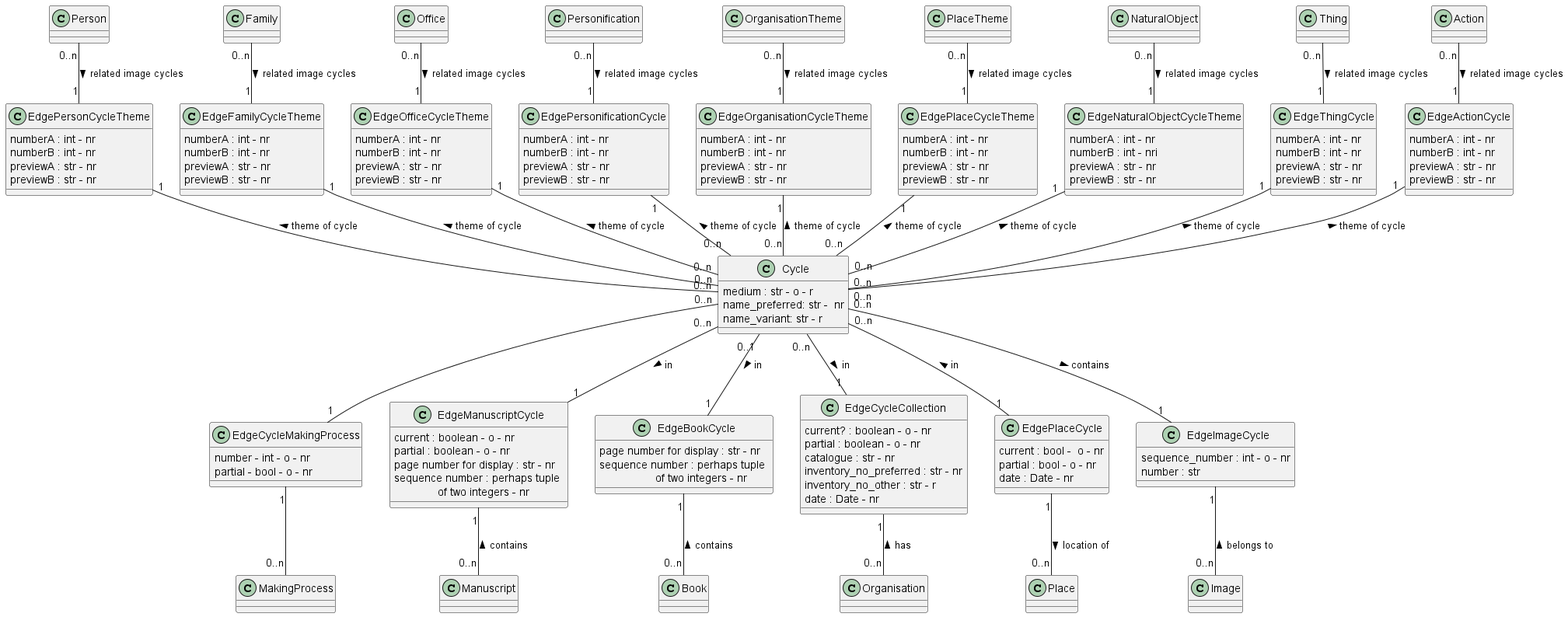
Earlier version of the PlantUML export documentation/class_diagrams/Cycle.png (tmasch/bpf_be).
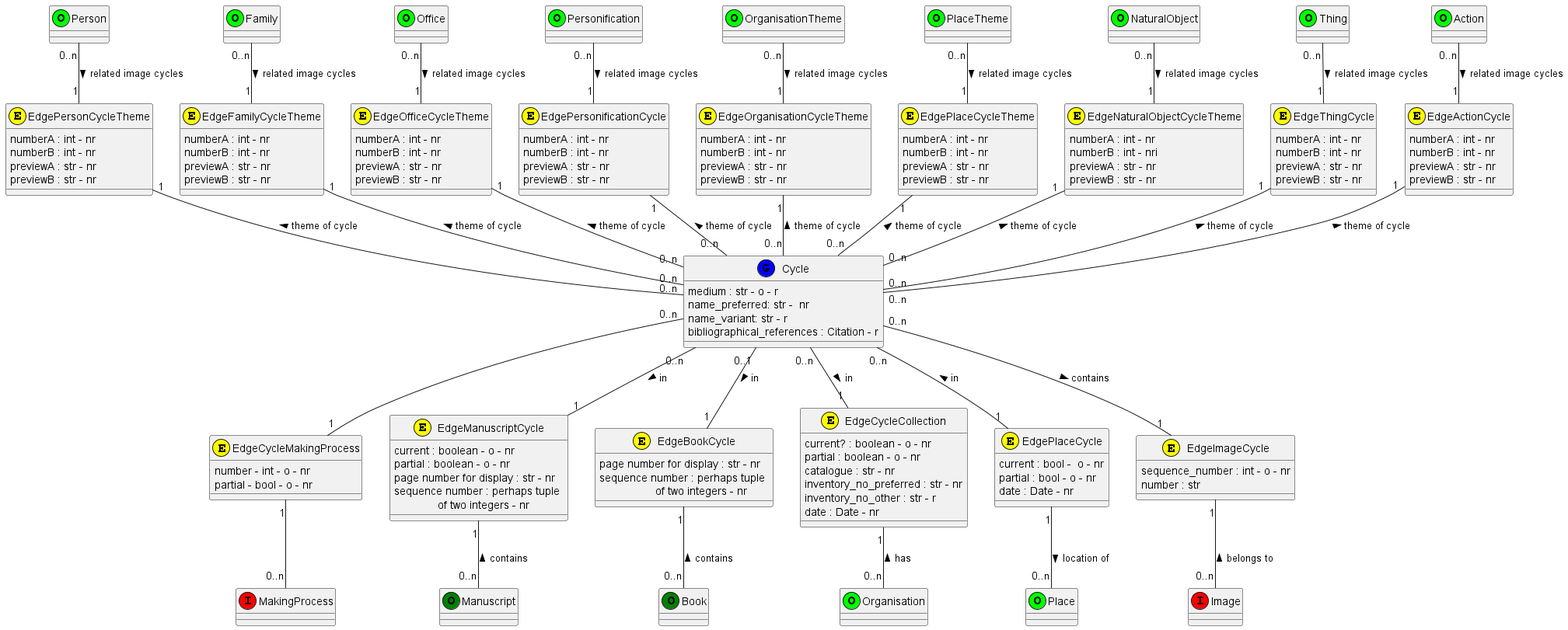
After the commit.

Change to the diagram source:
```diff
@@ -1,79 +1,91 @@
 @startuml Cycle
 
-class Cycle
+class Cycle <<(G,blue)>>
 Cycle : medium : str - o - r
 Cycle : name_preferred: str -  nr
 Cycle : name_variant: str - r
-
+Cycle : bibliographical_references : Citation - r
 class MakingProcess
 
-class Person
+class Person <<(O,lime)>>
 
-class Family
+class Family <<(O,lime)>>
 
-class Office
+class Office <<(O,lime)>>
 
-class Organisation
+class Personification <<(O,lime)>>
 
-class OrganisationTheme
+class Organisation <<(O,lime)>>
 
-class Place
+class OrganisationTheme <<(O,lime)>>
 
-class PlaceTheme
+class Place <<(O,lime)>>
 
-class NaturalObject
+class PlaceTheme <<(O,lime)>>
 
-class Image
+class NaturalObject <<(O,lime)>>
 
-class EdgePersonCycleTheme
+class Thing <<(O,lime)>>
+
+class Action <<(O,lime)>>
+
+class MakingProcess <<(I,red)>>
+
+class Manuscript <<(O,green)>>
+
+class Book <<(O,green)>>
+
+class Image <<(I,red)>>
+
+class EdgePersonCycleTheme <<(E,yellow)>>
 EdgePersonCycleTheme : numberA : int - nr
 EdgePersonCycleTheme : numberB : int - nr
 EdgePersonCycleTheme : previewA : str - nr
 EdgePersonCycleTheme : previewB : str - nr
 
-class EdgeFamilyCycleTheme
+class EdgeFamilyCycleTheme <<(E,yellow)>>
 EdgeFamilyCycleTheme : numberA : int - nr
 EdgeFamilyCycleTheme : numberB : int - nr
 EdgeFamilyCycleTheme : previewA : str - nr
 EdgeFamilyCycleTheme : previewB : str - nr
 
-class EdgeOfficeCycleTheme
+class EdgeOfficeCycleTheme <<(E,yellow)>>
 EdgeOfficeCycleTheme : numberA : int - nr
 EdgeOfficeCycleTheme : numberB : int - nr
 EdgeOfficeCycleTheme : previewA : str - nr
 EdgeOfficeCycleTheme : previewB : str - nr
 
-class EdgePersonificationCycle
+class EdgePersonificationCycle  <<(E,yellow)>>
 EdgePersonificationCycle : numberA : int - nr
 EdgePersonificationCycle : numberB : int - nr
 EdgePersonificationCycle : previewA : str - nr
 EdgePersonificationCycle : previewB : str - nr
 
-class EdgeOrganisationCycleTheme
+class EdgeOrganisationCycleTheme  <<(E,yellow)>>
 EdgeOrganisationCycleTheme : numberA : int - nr
 EdgeOrganisationCycleTheme : numberB : int - nr
 EdgeOrganisationCycleTheme : previewA : str - nr
 EdgeOrganisationCycleTheme : previewB : str - nr
 
-class EdgePlaceCycleTheme
+class EdgePlaceCycleTheme  <<(E,yellow)>>
 EdgePlaceCycleTheme : numberA : int - nr
 EdgePlaceCycleTheme : numberB : int - nr
 EdgePlaceCycleTheme : previewA : str - nr
 EdgePlaceCycleTheme : previewB : str - nr
 
-class EdgeNaturalObjectCycleTheme
+class EdgeNaturalObjectCycleTheme  <<(E,yellow)>>
 EdgeNaturalObjectCycleTheme : numberA : int - nr
 EdgeNaturalObjectCycleTheme : numberB : int - nri
 EdgeNaturalObjectCycleTheme : previewA : str - nr
 EdgeNaturalObjectCycleTheme : previewB : str - nr
 
-class EdgeThingCycle
+class EdgeThingCycle  <<(E,yellow)>>
 EdgeThingCycle : numberA : int - nr
 EdgeThingCycle : numberB : int - nr
 EdgeThingCycle : previewA : str - nr
 EdgeThingCycle : previewB : str - nr
 
-class EdgeActionCycle
+class EdgeActionCycle  <<(E,yellow)>>
 EdgeActionCycle : numberA : int - nr
 EdgeActionCycle : numberB : int - nr
 EdgeActionCycle : previewA : str - nr
@@ -81,21 +93,21 @@
 
 
 
-class EdgeCycleMakingProcess
+class EdgeCycleMakingProcess  <<(E,yellow)>>
 EdgeCycleMakingProcess : number - int - o - nr
 EdgeCycleMakingProcess : partial - bool - o - nr
 
-class EdgeManuscriptCycle
+class EdgeManuscriptCycle  <<(E,yellow)>>
 EdgeManuscriptCycle : current : boolean - o - nr
 EdgeManuscriptCycle : partial : boolean - o - nr
 EdgeManuscriptCycle : page number for display : str - nr
 EdgeManuscriptCycle : sequence number : perhaps tuple \n              of two integers - nr
 
-class EdgeBookCycle
+class EdgeBookCycle  <<(E,yellow)>>
 EdgeBookCycle : page number for display : str - nr
 EdgeBookCycle : sequence number : perhaps tuple \n                  of two integers - nr
 
-class EdgeCycleCollection
+class EdgeCycleCollection  <<(E,yellow)>>
 EdgeCycleCollection : current? : boolean - o - nr
 EdgeCycleCollection : partial : boolean - o - nr
 EdgeCycleCollection : catalogue : str - nr
@@ -103,12 +115,12 @@
 EdgeCycleCollection : inventory_no_other : str - r
 EdgeCycleCollection : date : Date - nr
 
-class EdgePlaceCycle
+class EdgePlaceCycle  <<(E,yellow)>>
 EdgePlaceCycle : current : bool -  o - nr
 EdgePlaceCycle : partial : bool - o - nr
 EdgePlaceCycle : date : Date - nr
 
-class EdgeImageCycle
+class EdgeImageCycle <<(E,yellow)>>
 EdgeImageCycle : sequence_number : int - o - nr
 EdgeImageCycle : number : str
 
```
